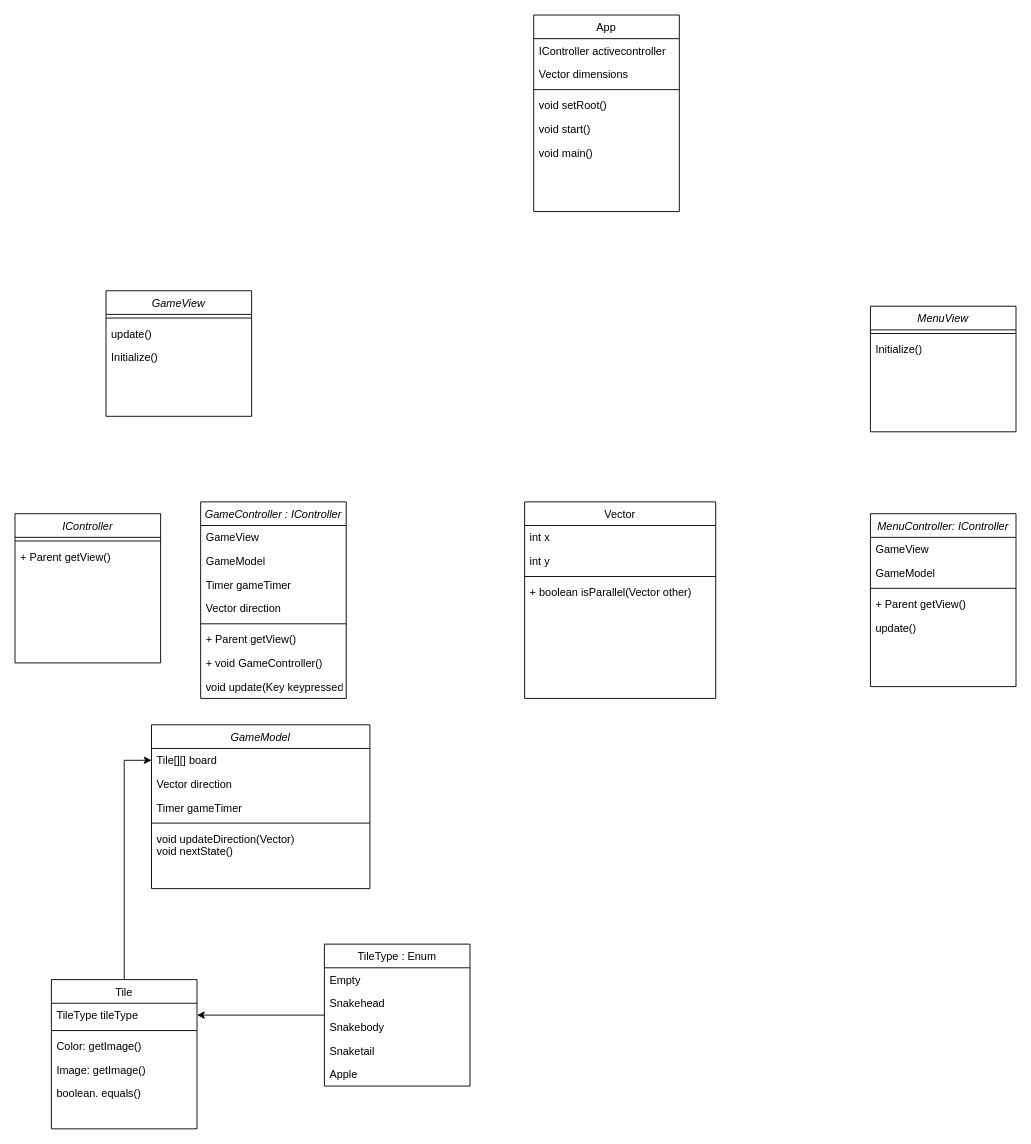
Earlier version of the draw.io diagram Documentation/MainClassDiagram.drawio (Buildasaurus/02104-Snake). Source tidied: cells renumbered, new cells numbered last; positions are measured from the earlier drawing's top-left corner, leaving out a move shared by most shapes. Both pictures are drawn from the tidied source at 91%, with x=0, y=0 at pixel (15, 15).
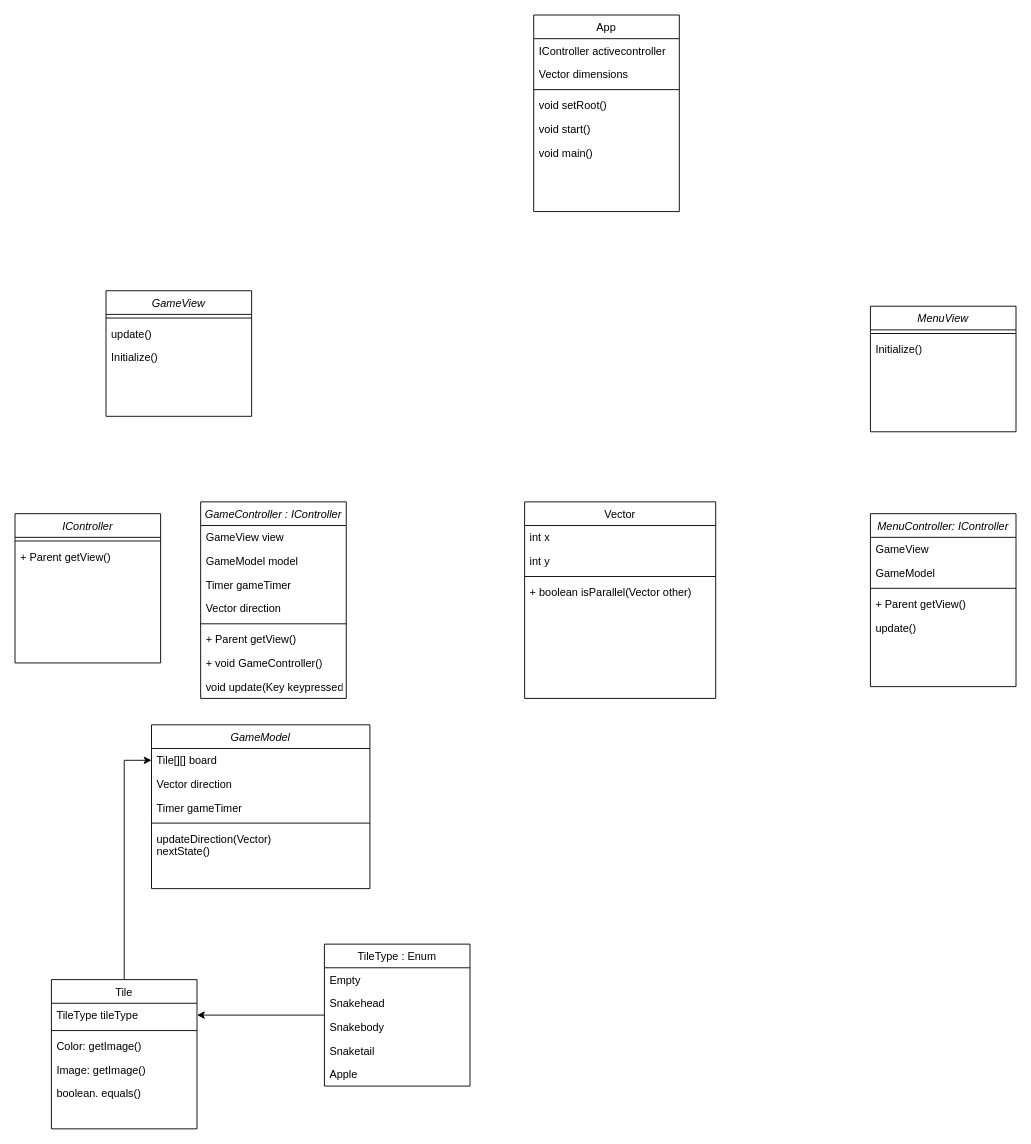
Above is the later version.

Commit message (it also covers changes not shown here):
Names in class diagram

Unchanged cells that the change refers to:
```xml
<mxCell id="2" value="GameModel" style="swimlane;fontStyle=2;align=center;verticalAlign=top;horizontal=1;startSize=26;rounded=0;shadow=0;strokeWidth=1;" parent="1" vertex="1">
  <mxGeometry x="150" y="780" width="240" height="180" as="geometry" />
</mxCell>
<mxCell id="41" value="GameController : IController" style="swimlane;fontStyle=2;align=center;verticalAlign=top;horizontal=1;startSize=26;rounded=0;shadow=0;strokeWidth=1;" parent="1" vertex="1">
  <mxGeometry x="204" y="535" width="160" height="216" as="geometry" />
</mxCell>
```

What changed in the source:
```diff
@@
-    <mxCell id="7" value="void updateDirection(Vector)&#10;void nextState()" style="text;align=left;verticalAlign=top;spacingLeft=4;spacingRight=4;overflow=hidden;" parent="2" vertex="1">
+    <mxCell id="7" value="updateDirection(Vector)&#10;nextState()" style="text;align=left;verticalAlign=top;spacingLeft=4;spacingRight=4;overflow=hidden;" parent="2" vertex="1">
       <mxGeometry y="112" width="240" height="68" as="geometry" />
     </mxCell>
@@
-    <mxCell id="42" value="GameView" style="text;align=left;verticalAlign=top;spacingLeft=4;spacingRight=4;overflow=hidden;rounded=0;shadow=0;html=0;" parent="41" vertex="1">
+    <mxCell id="42" value="GameView view" style="text;align=left;verticalAlign=top;spacingLeft=4;spacingRight=4;overflow=hidden;rounded=0;shadow=0;html=0;" parent="41" vertex="1">
       <mxGeometry y="26" width="160" height="26" as="geometry" />
     </mxCell>
-    <mxCell id="43" value="GameModel" style="text;align=left;verticalAlign=top;spacingLeft=4;spacingRight=4;overflow=hidden;rounded=0;shadow=0;html=0;" parent="41" vertex="1">
+    <mxCell id="43" value="GameModel model" style="text;align=left;verticalAlign=top;spacingLeft=4;spacingRight=4;overflow=hidden;rounded=0;shadow=0;html=0;" parent="41" vertex="1">
       <mxGeometry y="52" width="160" height="26" as="geometry" />
     </mxCell>
```
